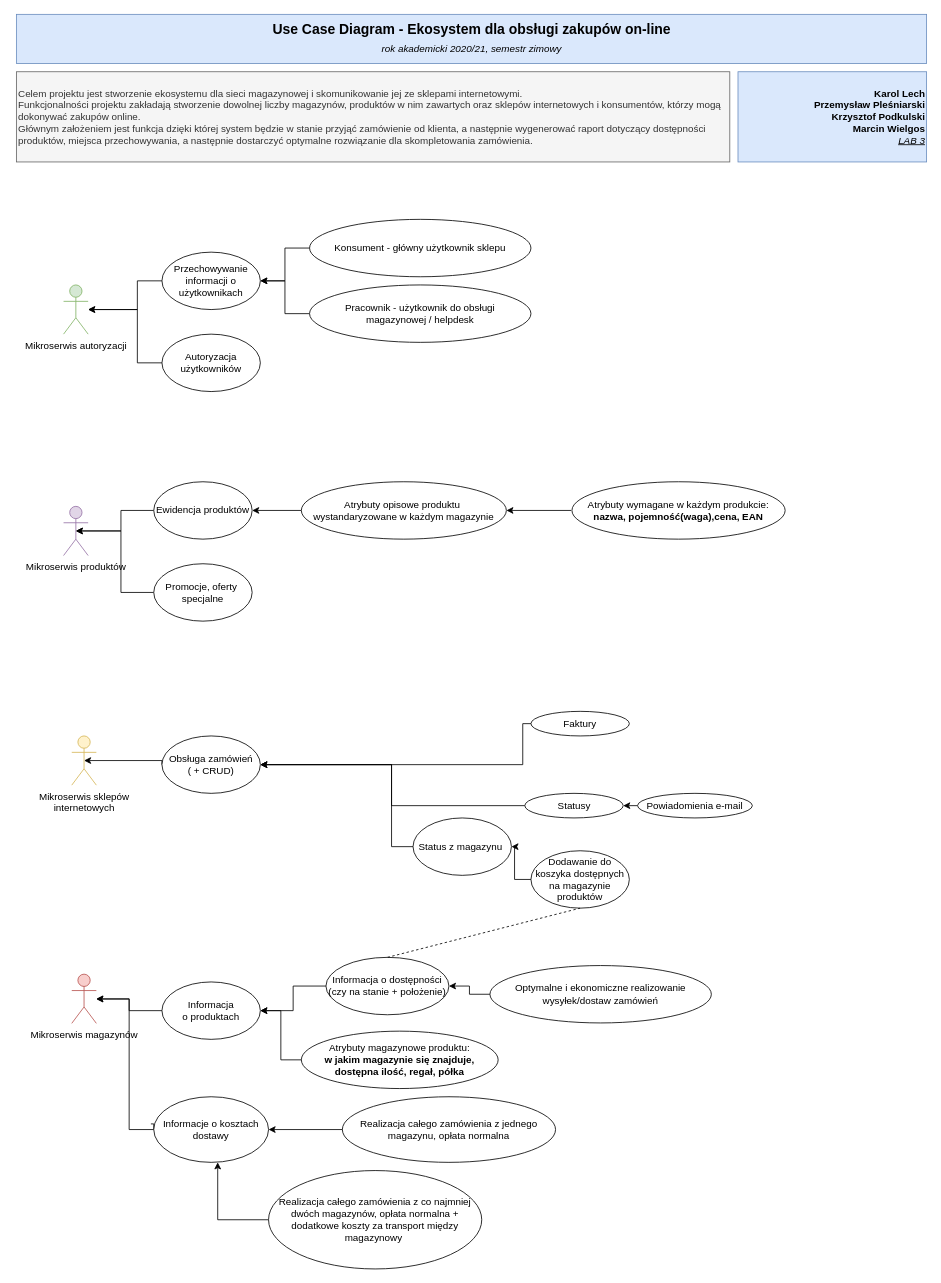
Earlier version of the draw.io diagram Untitled Diagram.drawio (mwvabes/proseminarium-Wielgos-Lech-Plesniarski-Podkulski). Source tidied: cells renumbered, new cells numbered last; positions are measured from the earlier drawing's top-left corner, leaving out a move shared by most shapes. Both pictures are drawn from the tidied source at 82%, with x=0, y=0 at pixel (16, 14).
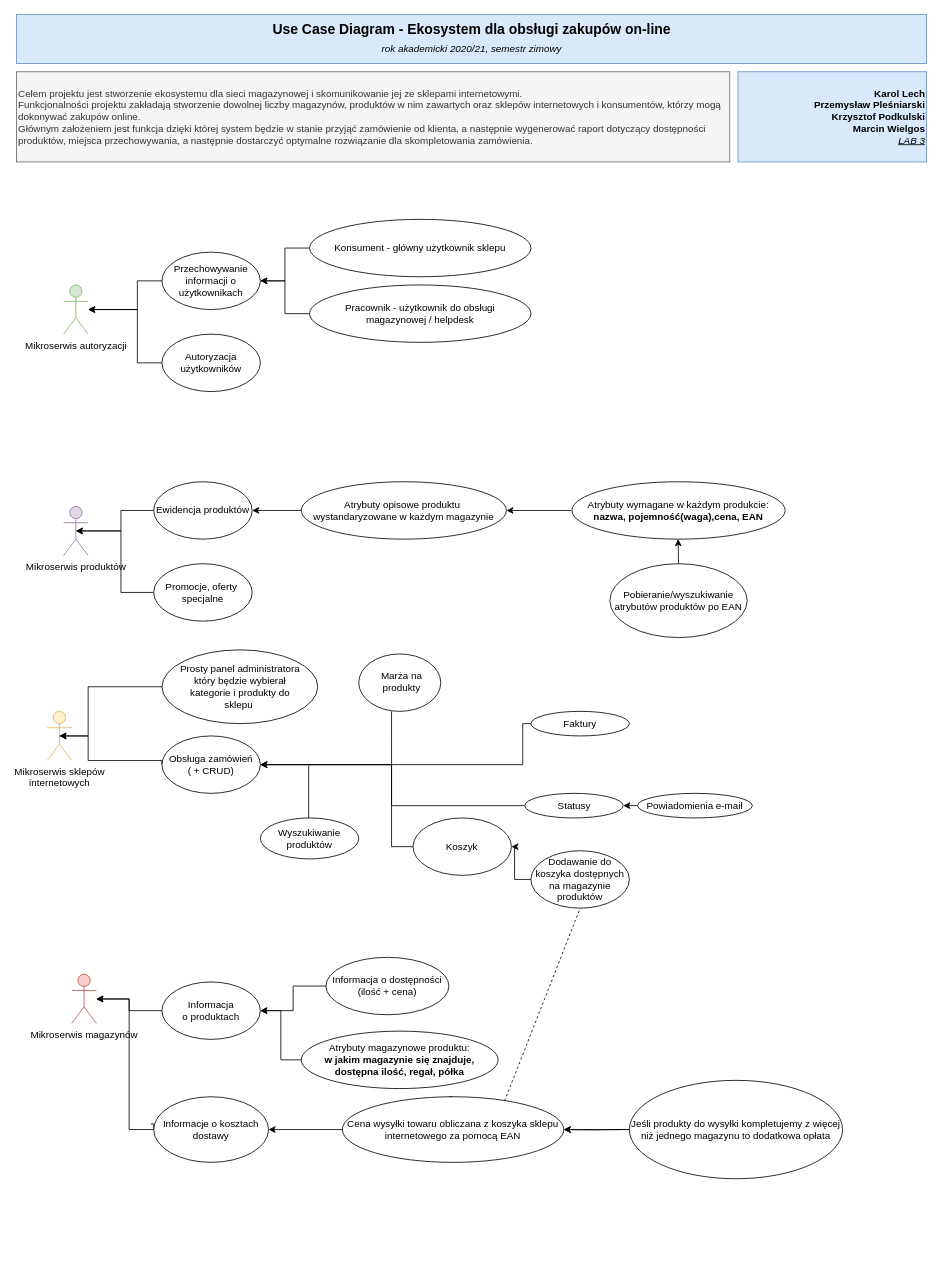
Above is the later version.

Unchanged cells that the change refers to:
```xml
<mxCell id="23" value="Dodawanie do koszyka dostępnych&lt;br&gt;na magazynie produktów" style="ellipse;whiteSpace=wrap;html=1;" parent="1" vertex="1">
  <mxGeometry x="628" y="1020" width="120" height="70" as="geometry" />
</mxCell>
<mxCell id="28" value="Obsługa zamówień&lt;br&gt;( + CRUD)" style="ellipse;whiteSpace=wrap;html=1;" parent="1" vertex="1">
  <mxGeometry x="178" y="880" width="120" height="70" as="geometry" />
</mxCell>
```

Diff of the diagram source:
```diff
@@
-    <mxCell id="16" value="Status z magazynu&amp;nbsp;" style="ellipse;whiteSpace=wrap;html=1;" parent="1" vertex="1">
+    <mxCell id="16" value="Koszyk" style="ellipse;whiteSpace=wrap;html=1;" parent="1" vertex="1">
       <mxGeometry x="484.2" y="980" width="120" height="70" as="geometry" />
     </mxCell>
     <mxCell id="17" value="Mikroserwis sklepów&lt;br&gt;internetowych" style="shape=umlActor;verticalLabelPosition=bottom;verticalAlign=top;html=1;outlineConnect=0;fillColor=#fff2cc;strokeColor=#d6b656;" parent="1" vertex="1">
-      <mxGeometry x="68" y="880" width="30" height="60" as="geometry" />
+      <mxGeometry x="38" y="850" width="30" height="60" as="geometry" />
     </mxCell>
@@
-    <mxCell id="25" value="Informacja o dostępności&lt;br&gt;(czy na stanie + położenie)" style="ellipse;whiteSpace=wrap;html=1;" parent="1" vertex="1">
+    <mxCell id="25" value="Informacja o dostępności&lt;br&gt;(ilość + cena)" style="ellipse;whiteSpace=wrap;html=1;" parent="1" vertex="1">
       <mxGeometry x="378" y="1150" width="150" height="70" as="geometry" />
     </mxCell>
-    <mxCell id="26" style="endArrow=none;dashed=1;html=1;exitX=0.5;exitY=0;exitDx=0;exitDy=0;entryX=0.5;entryY=1;entryDx=0;entryDy=0;" parent="1" edge="1" source="25" target="23">
+    <mxCell id="26" style="endArrow=none;dashed=1;html=1;exitX=0.733;exitY=0.063;exitDx=0;exitDy=0;entryX=0.5;entryY=1;entryDx=0;entryDy=0;exitPerimeter=0;" parent="1" edge="1" source="47" target="23">
       <mxGeometry relative="1" as="geometry" />
     </mxCell>
     <mxCell id="27" style="edgeStyle=orthogonalEdgeStyle;rounded=0;jettySize=auto;html=1;exitX=0;exitY=0.5;exitDx=0;exitDy=0;entryX=0.5;entryY=0.5;entryDx=0;entryDy=0;entryPerimeter=0;" parent="1" edge="1" source="28" target="17">
       <mxGeometry relative="1" as="geometry">
         <Array as="points">
           <mxPoint x="178" y="910" />
+          <mxPoint x="88" y="910" />
+          <mxPoint x="88" y="880" />
         </Array>
       </mxGeometry>
     </mxCell>
@@
-    <mxCell id="43" style="edgeStyle=orthogonalEdgeStyle;rounded=0;jettySize=auto;html=1;exitX=0;exitY=0.5;exitDx=0;exitDy=0;entryX=1;entryY=0.5;entryDx=0;entryDy=0;" parent="1" edge="1" source="44" target="25">
-      <mxGeometry relative="1" as="geometry" />
-    </mxCell>
-    <mxCell id="44" value="Optymalne i ekonomiczne realizowanie wysyłek/dostaw zamówień" style="ellipse;whiteSpace=wrap;html=1;" parent="1" vertex="1">
-      <mxGeometry x="578" y="1160" width="270" height="70" as="geometry" />
-    </mxCell>
@@
-    <mxCell id="46" style="edgeStyle=orthogonalEdgeStyle;rounded=0;orthogonalLoop=1;jettySize=auto;html=1;fontSize=12;" parent="1" edge="1">
+    <mxCell id="46" style="edgeStyle=orthogonalEdgeStyle;rounded=0;jettySize=auto;html=1;fontSize=12;entryX=1;entryY=0.5;entryDx=0;entryDy=0;" parent="1" edge="1" target="47">
       <mxGeometry relative="1" as="geometry">
-        <mxPoint x="308" y="1470" as="sourcePoint" />
-        <mxPoint x="246" y="1400" as="targetPoint" />
-        <Array as="points">
-          <mxPoint x="246" y="1470" />
-        </Array>
+        <mxPoint x="738" y="1360" as="sourcePoint" />
       </mxGeometry>
     </mxCell>
-    <mxCell id="47" value="Realizacja całego zamówienia z jednego magazynu, opłata normalna" style="ellipse;whiteSpace=wrap;html=1;" parent="1" vertex="1">
-      <mxGeometry x="398" y="1320" width="260" height="80" as="geometry" />
+    <mxCell id="47" value="Cena wysyłki towaru obliczana z koszyka sklepu internetowego za pomocą EAN" style="ellipse;whiteSpace=wrap;html=1;" parent="1" vertex="1">
+      <mxGeometry x="398" y="1320" width="270" height="80" as="geometry" />
     </mxCell>
@@
+    <mxCell id="52" style="edgeStyle=orthogonalEdgeStyle;rounded=0;jettySize=auto;html=1;" parent="1" edge="1" target="47">
+      <mxGeometry relative="1" as="geometry">
+        <mxPoint x="728" y="1360" as="sourcePoint" />
+        <Array as="points">
+          <mxPoint x="748" y="1360" />
+          <mxPoint x="748" y="1360" />
+        </Array>
+      </mxGeometry>
+    </mxCell>
-    <mxCell id="51" value="Realizacja całego zamówienia z co najmniej dwóch magazynów, opłata normalna + dodatkowe koszty za transport między magazynowy&amp;nbsp;" style="ellipse;whiteSpace=wrap;html=1;" parent="1" vertex="1">
-      <mxGeometry x="308" y="1410" width="260" height="120" as="geometry" />
+    <mxCell id="51" value="Jeśli produkty do wysyłki kompletujemy z więcej niż jednego magazynu to dodatkowa opłata" style="ellipse;whiteSpace=wrap;html=1;" parent="1" vertex="1">
+      <mxGeometry x="748" y="1300" width="260" height="120" as="geometry" />
     </mxCell>
+    <mxCell id="53" style="endArrow=classic;html=1;" parent="1" edge="1">
+      <mxGeometry relative="1" as="geometry">
+        <mxPoint x="808" y="670" as="sourcePoint" />
+        <mxPoint x="807.5" y="640" as="targetPoint" />
+      </mxGeometry>
+    </mxCell>
+    <mxCell id="54" value="Pobieranie/wyszukiwanie atrybutów produktów po EAN" style="ellipse;whiteSpace=wrap;html=1;" parent="1" vertex="1">
+      <mxGeometry x="724.2" y="670" width="167.5" height="90" as="geometry" />
+    </mxCell>
+    <mxCell id="55" style="edgeStyle=orthogonalEdgeStyle;rounded=0;jettySize=auto;html=1;entryX=0.5;entryY=0.5;entryDx=0;entryDy=0;entryPerimeter=0;" parent="1" edge="1" target="17">
+      <mxGeometry relative="1" as="geometry">
+        <mxPoint x="183" y="820" as="sourcePoint" />
+        <Array as="points">
+          <mxPoint x="183" y="820" />
+          <mxPoint x="88" y="820" />
+          <mxPoint x="88" y="880" />
+        </Array>
+      </mxGeometry>
+    </mxCell>
+    <mxCell id="56" style="ellipse;whiteSpace=wrap;html=1;" parent="1" vertex="1">
+      <mxGeometry x="178" y="775" width="190" height="90" as="geometry" />
+    </mxCell>
+    <mxCell id="57" value="Prosty panel administratora który będzie wybierał kategorie i produkty do sklepu&amp;nbsp;" style="text;html=1;strokeColor=none;fillColor=none;align=center;verticalAlign=middle;whiteSpace=wrap;rounded=0;" parent="1" vertex="1">
+      <mxGeometry x="195.5" y="800" width="155" height="40" as="geometry" />
+    </mxCell>
+    <mxCell id="58" style="ellipse;whiteSpace=wrap;html=1;" parent="1" vertex="1">
+      <mxGeometry x="418" y="780" width="100" height="70" as="geometry" />
+    </mxCell>
+    <mxCell id="59" value="Marża na produkty" style="text;html=1;strokeColor=none;fillColor=none;align=center;verticalAlign=middle;whiteSpace=wrap;rounded=0;" parent="1" vertex="1">
+      <mxGeometry x="433" y="787" width="75" height="53" as="geometry" />
+    </mxCell>
+    <mxCell id="60" style="endArrow=none;html=1;" parent="1" edge="1">
+      <mxGeometry relative="1" as="geometry">
+        <mxPoint x="458" y="914" as="sourcePoint" />
+        <mxPoint x="458" y="850" as="targetPoint" />
+        <Array as="points">
+          <mxPoint x="458" y="874" />
+        </Array>
+      </mxGeometry>
+    </mxCell>
+    <mxCell id="61" value="Wyszukiwanie produktów" style="ellipse;whiteSpace=wrap;html=1;" parent="1" vertex="1">
+      <mxGeometry x="298" y="980" width="120" height="50" as="geometry" />
+    </mxCell>
+    <mxCell id="62" style="endArrow=none;html=1;" parent="1" edge="1">
+      <mxGeometry relative="1" as="geometry">
+        <mxPoint x="357" y="980" as="sourcePoint" />
+        <mxPoint x="357" y="916" as="targetPoint" />
+      </mxGeometry>
+    </mxCell>
```
